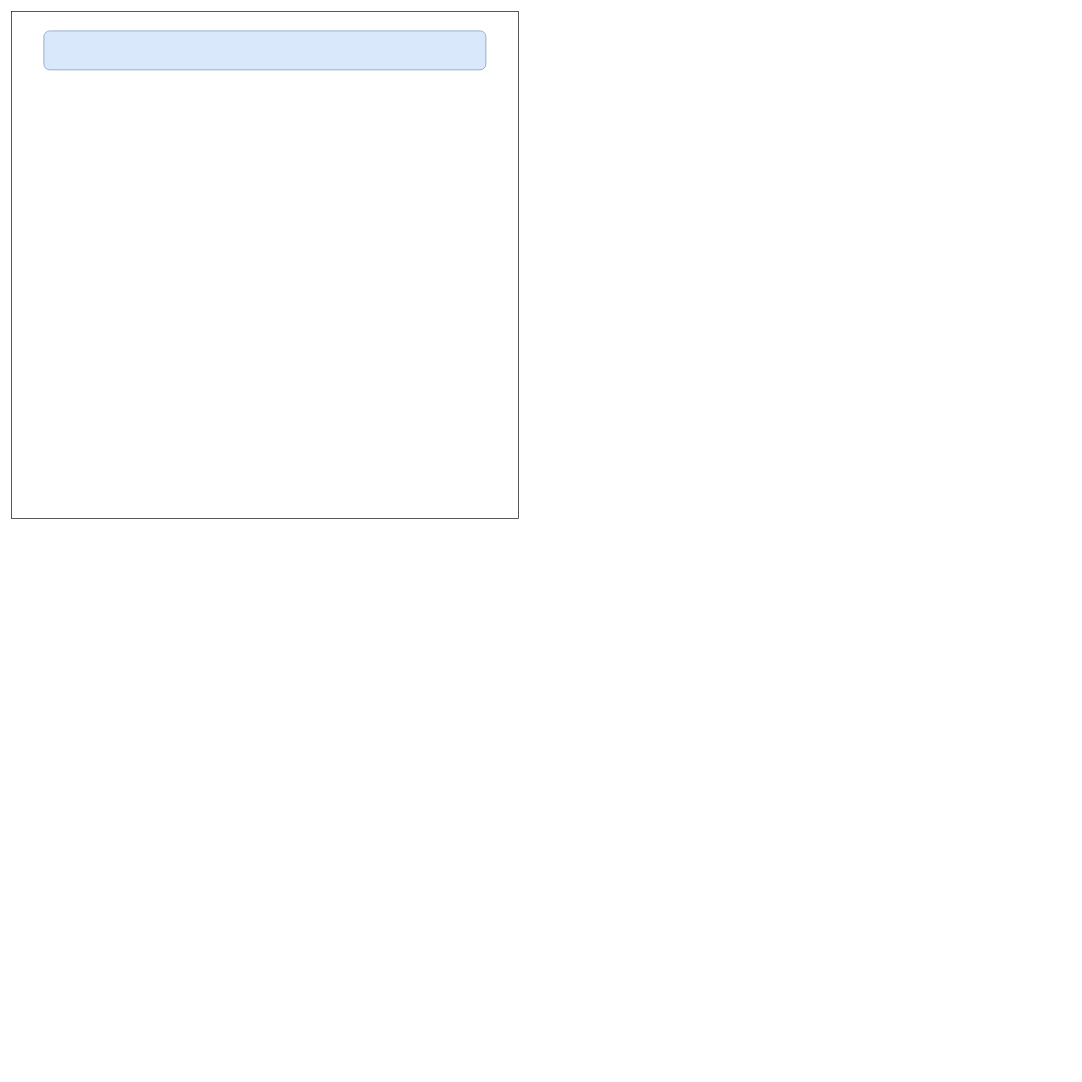
Earlier version of the draw.io diagram Wireframe.drawio (CatCode23/Project2). Source tidied: cells renumbered, new cells numbered last; positions are measured from the earlier drawing's top-left corner, leaving out a move shared by most shapes. Both pictures are drawn from the tidied source at 65%, with x=0, y=0 at pixel (11, 11).
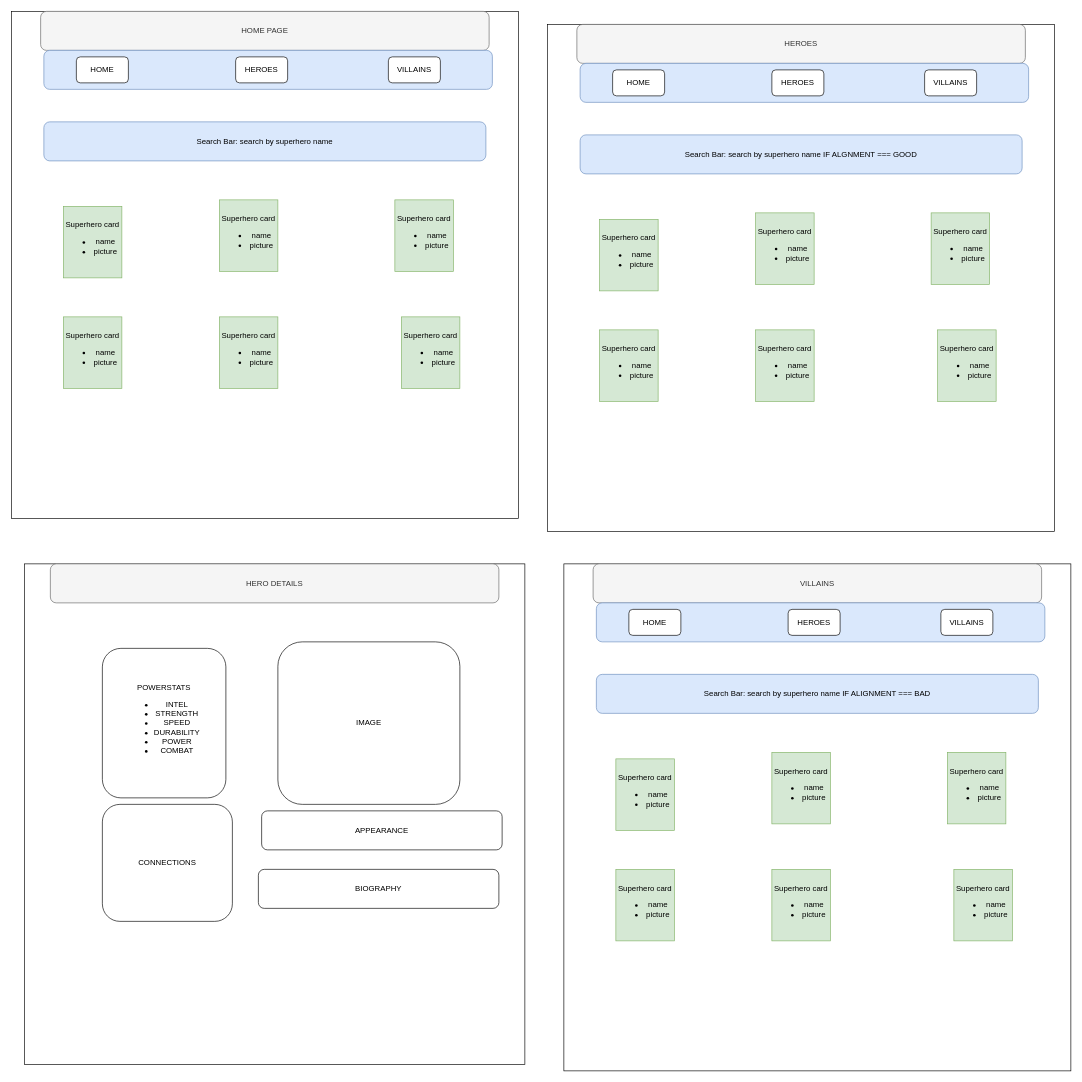
After the change.

The edit, as a diff of the source:
```diff
@@
-    <mxCell id="3" style="rounded=1;whiteSpace=wrap;html=1;fillColor=#dae8fc;strokeColor=#6c8ebf;" parent="1" vertex="1">
-      <mxGeometry x="50" y="30" width="680" height="60" as="geometry" />
+    <mxCell id="3" value="Search Bar: search by superhero name" style="rounded=1;whiteSpace=wrap;html=1;fillColor=#dae8fc;strokeColor=#6c8ebf;" parent="1" vertex="1">
+      <mxGeometry x="50" y="170" width="680" height="60" as="geometry" />
     </mxCell>
+    <mxCell id="4" value="Superhero card&lt;div&gt;&lt;ul&gt;&lt;li&gt;name&lt;/li&gt;&lt;li&gt;picture&lt;/li&gt;&lt;/ul&gt;&lt;/div&gt;" style="rounded=0;whiteSpace=wrap;html=1;fillColor=#d5e8d4;strokeColor=#82b366;" parent="1" vertex="1">
+      <mxGeometry x="80" y="300" width="90" height="110" as="geometry" />
+    </mxCell>
+    <mxCell id="5" value="Superhero card&lt;div&gt;&lt;ul&gt;&lt;li&gt;name&lt;/li&gt;&lt;li&gt;picture&lt;/li&gt;&lt;/ul&gt;&lt;/div&gt;" style="rounded=0;whiteSpace=wrap;html=1;fillColor=#d5e8d4;strokeColor=#82b366;" parent="1" vertex="1">
+      <mxGeometry x="80" y="470" width="90" height="110" as="geometry" />
+    </mxCell>
+    <mxCell id="6" value="Superhero card&lt;div&gt;&lt;ul&gt;&lt;li&gt;name&lt;/li&gt;&lt;li&gt;picture&lt;/li&gt;&lt;/ul&gt;&lt;/div&gt;" style="rounded=0;whiteSpace=wrap;html=1;fillColor=#d5e8d4;strokeColor=#82b366;" parent="1" vertex="1">
+      <mxGeometry x="320" y="470" width="90" height="110" as="geometry" />
+    </mxCell>
+    <mxCell id="7" value="Superhero card&lt;div&gt;&lt;ul&gt;&lt;li&gt;name&lt;/li&gt;&lt;li&gt;picture&lt;/li&gt;&lt;/ul&gt;&lt;/div&gt;" style="rounded=0;whiteSpace=wrap;html=1;fillColor=#d5e8d4;strokeColor=#82b366;" parent="1" vertex="1">
+      <mxGeometry x="600" y="470" width="90" height="110" as="geometry" />
+    </mxCell>
+    <mxCell id="8" value="Superhero card&lt;div&gt;&lt;ul&gt;&lt;li&gt;name&lt;/li&gt;&lt;li&gt;picture&lt;/li&gt;&lt;/ul&gt;&lt;/div&gt;" style="rounded=0;whiteSpace=wrap;html=1;fillColor=#d5e8d4;strokeColor=#82b366;" parent="1" vertex="1">
+      <mxGeometry x="590" y="290" width="90" height="110" as="geometry" />
+    </mxCell>
+    <mxCell id="9" value="Superhero card&lt;div&gt;&lt;ul&gt;&lt;li&gt;name&lt;/li&gt;&lt;li&gt;picture&lt;/li&gt;&lt;/ul&gt;&lt;/div&gt;" style="rounded=0;whiteSpace=wrap;html=1;fillColor=#d5e8d4;strokeColor=#82b366;" parent="1" vertex="1">
+      <mxGeometry x="320" y="290" width="90" height="110" as="geometry" />
+    </mxCell>
+    <mxCell id="10" value="HOME PAGE" style="rounded=1;whiteSpace=wrap;html=1;fillColor=#f5f5f5;fontColor=#333333;strokeColor=#666666;" parent="1" vertex="1">
+      <mxGeometry x="45" width="690" height="60" as="geometry" />
+    </mxCell>
+    <mxCell id="11" style="rounded=1;whiteSpace=wrap;html=1;fillColor=#dae8fc;strokeColor=#6c8ebf;" parent="1" vertex="1">
+      <mxGeometry x="50" y="60" width="690" height="60" as="geometry" />
+    </mxCell>
+    <mxCell id="12" value="HOME" style="rounded=1;whiteSpace=wrap;html=1;" parent="1" vertex="1">
+      <mxGeometry x="100" y="70" width="80" height="40" as="geometry" />
+    </mxCell>
+    <mxCell id="13" value="VILLAINS" style="rounded=1;whiteSpace=wrap;html=1;" parent="1" vertex="1">
+      <mxGeometry x="580" y="70" width="80" height="40" as="geometry" />
+    </mxCell>
+    <mxCell id="14" value="HEROES" style="rounded=1;whiteSpace=wrap;html=1;" parent="1" vertex="1">
+      <mxGeometry x="345" y="70" width="80" height="40" as="geometry" />
+    </mxCell>
+    <mxCell id="15" style="whiteSpace=wrap;html=1;" parent="1" vertex="1">
+      <mxGeometry x="20" y="850" width="770" height="770" as="geometry" />
+    </mxCell>
+    <mxCell id="16" value="HERO DETAILS" style="rounded=1;whiteSpace=wrap;html=1;fillColor=#f5f5f5;fontColor=#333333;strokeColor=#666666;" parent="1" vertex="1">
+      <mxGeometry x="60" y="850" width="690" height="60" as="geometry" />
+    </mxCell>
+    <mxCell id="17" value="IMAGE" style="rounded=1;whiteSpace=wrap;html=1;" parent="1" vertex="1">
+      <mxGeometry x="410" y="970" width="280" height="250" as="geometry" />
+    </mxCell>
+    <mxCell id="18" value="POWERSTATS&lt;div&gt;&lt;ul&gt;&lt;li&gt;INTEL&lt;/li&gt;&lt;li&gt;STRENGTH&lt;/li&gt;&lt;li&gt;SPEED&lt;/li&gt;&lt;li&gt;DURABILITY&lt;/li&gt;&lt;li&gt;POWER&lt;/li&gt;&lt;li&gt;COMBAT&lt;/li&gt;&lt;/ul&gt;&lt;/div&gt;" style="rounded=1;whiteSpace=wrap;html=1;" parent="1" vertex="1">
+      <mxGeometry x="140" y="980" width="190" height="230" as="geometry" />
+    </mxCell>
+    <mxCell id="19" value="APPEARANCE" style="rounded=1;whiteSpace=wrap;html=1;" parent="1" vertex="1">
+      <mxGeometry x="385" y="1230" width="370" height="60" as="geometry" />
+    </mxCell>
+    <mxCell id="20" value="BIOGRAPHY" style="rounded=1;whiteSpace=wrap;html=1;" parent="1" vertex="1">
+      <mxGeometry x="380" y="1320" width="370" height="60" as="geometry" />
+    </mxCell>
+    <mxCell id="21" value="CONNECTIONS" style="rounded=1;whiteSpace=wrap;html=1;" parent="1" vertex="1">
+      <mxGeometry x="140" y="1220" width="200" height="180" as="geometry" />
+    </mxCell>
+    <mxCell id="22" style="whiteSpace=wrap;html=1;" parent="1" vertex="1">
+      <mxGeometry x="850" y="850" width="780" height="780" as="geometry" />
+    </mxCell>
+    <mxCell id="23" value="Search Bar: search by superhero name IF ALIGNMENT === BAD" style="rounded=1;whiteSpace=wrap;html=1;fillColor=#dae8fc;strokeColor=#6c8ebf;" parent="1" vertex="1">
+      <mxGeometry x="900" y="1020" width="680" height="60" as="geometry" />
+    </mxCell>
+    <mxCell id="24" value="Superhero card&lt;div&gt;&lt;ul&gt;&lt;li&gt;name&lt;/li&gt;&lt;li&gt;picture&lt;/li&gt;&lt;/ul&gt;&lt;/div&gt;" style="rounded=0;whiteSpace=wrap;html=1;fillColor=#d5e8d4;strokeColor=#82b366;" parent="1" vertex="1">
+      <mxGeometry x="930" y="1150" width="90" height="110" as="geometry" />
+    </mxCell>
+    <mxCell id="25" value="Superhero card&lt;div&gt;&lt;ul&gt;&lt;li&gt;name&lt;/li&gt;&lt;li&gt;picture&lt;/li&gt;&lt;/ul&gt;&lt;/div&gt;" style="rounded=0;whiteSpace=wrap;html=1;fillColor=#d5e8d4;strokeColor=#82b366;" parent="1" vertex="1">
+      <mxGeometry x="930" y="1320" width="90" height="110" as="geometry" />
+    </mxCell>
+    <mxCell id="26" value="Superhero card&lt;div&gt;&lt;ul&gt;&lt;li&gt;name&lt;/li&gt;&lt;li&gt;picture&lt;/li&gt;&lt;/ul&gt;&lt;/div&gt;" style="rounded=0;whiteSpace=wrap;html=1;fillColor=#d5e8d4;strokeColor=#82b366;" parent="1" vertex="1">
+      <mxGeometry x="1170" y="1320" width="90" height="110" as="geometry" />
+    </mxCell>
+    <mxCell id="27" value="Superhero card&lt;div&gt;&lt;ul&gt;&lt;li&gt;name&lt;/li&gt;&lt;li&gt;picture&lt;/li&gt;&lt;/ul&gt;&lt;/div&gt;" style="rounded=0;whiteSpace=wrap;html=1;fillColor=#d5e8d4;strokeColor=#82b366;" parent="1" vertex="1">
+      <mxGeometry x="1450" y="1320" width="90" height="110" as="geometry" />
+    </mxCell>
+    <mxCell id="28" value="Superhero card&lt;div&gt;&lt;ul&gt;&lt;li&gt;name&lt;/li&gt;&lt;li&gt;picture&lt;/li&gt;&lt;/ul&gt;&lt;/div&gt;" style="rounded=0;whiteSpace=wrap;html=1;fillColor=#d5e8d4;strokeColor=#82b366;" parent="1" vertex="1">
+      <mxGeometry x="1440" y="1140" width="90" height="110" as="geometry" />
+    </mxCell>
+    <mxCell id="29" value="Superhero card&lt;div&gt;&lt;ul&gt;&lt;li&gt;name&lt;/li&gt;&lt;li&gt;picture&lt;/li&gt;&lt;/ul&gt;&lt;/div&gt;" style="rounded=0;whiteSpace=wrap;html=1;fillColor=#d5e8d4;strokeColor=#82b366;" parent="1" vertex="1">
+      <mxGeometry x="1170" y="1140" width="90" height="110" as="geometry" />
+    </mxCell>
+    <mxCell id="30" value="VILLAINS" style="rounded=1;whiteSpace=wrap;html=1;fillColor=#f5f5f5;fontColor=#333333;strokeColor=#666666;" parent="1" vertex="1">
+      <mxGeometry x="895" y="850" width="690" height="60" as="geometry" />
+    </mxCell>
+    <mxCell id="31" style="rounded=1;whiteSpace=wrap;html=1;fillColor=#dae8fc;strokeColor=#6c8ebf;" parent="1" vertex="1">
+      <mxGeometry x="900" y="910" width="690" height="60" as="geometry" />
+    </mxCell>
+    <mxCell id="32" value="HOME" style="rounded=1;whiteSpace=wrap;html=1;" parent="1" vertex="1">
+      <mxGeometry x="950" y="920" width="80" height="40" as="geometry" />
+    </mxCell>
+    <mxCell id="33" value="VILLAINS" style="rounded=1;whiteSpace=wrap;html=1;" parent="1" vertex="1">
+      <mxGeometry x="1430" y="920" width="80" height="40" as="geometry" />
+    </mxCell>
+    <mxCell id="34" value="HEROES" style="rounded=1;whiteSpace=wrap;html=1;" parent="1" vertex="1">
+      <mxGeometry x="1195" y="920" width="80" height="40" as="geometry" />
+    </mxCell>
+    <mxCell id="35" style="whiteSpace=wrap;html=1;" parent="1" vertex="1">
+      <mxGeometry x="825" y="20" width="780" height="780" as="geometry" />
+    </mxCell>
+    <mxCell id="36" value="Search Bar: search by superhero name IF ALGNMENT === GOOD" style="rounded=1;whiteSpace=wrap;html=1;fillColor=#dae8fc;strokeColor=#6c8ebf;" parent="1" vertex="1">
+      <mxGeometry x="875" y="190" width="680" height="60" as="geometry" />
+    </mxCell>
+    <mxCell id="37" value="Superhero card&lt;div&gt;&lt;ul&gt;&lt;li&gt;name&lt;/li&gt;&lt;li&gt;picture&lt;/li&gt;&lt;/ul&gt;&lt;/div&gt;" style="rounded=0;whiteSpace=wrap;html=1;fillColor=#d5e8d4;strokeColor=#82b366;" parent="1" vertex="1">
+      <mxGeometry x="905" y="320" width="90" height="110" as="geometry" />
+    </mxCell>
+    <mxCell id="38" value="Superhero card&lt;div&gt;&lt;ul&gt;&lt;li&gt;name&lt;/li&gt;&lt;li&gt;picture&lt;/li&gt;&lt;/ul&gt;&lt;/div&gt;" style="rounded=0;whiteSpace=wrap;html=1;fillColor=#d5e8d4;strokeColor=#82b366;" parent="1" vertex="1">
+      <mxGeometry x="905" y="490" width="90" height="110" as="geometry" />
+    </mxCell>
+    <mxCell id="39" value="Superhero card&lt;div&gt;&lt;ul&gt;&lt;li&gt;name&lt;/li&gt;&lt;li&gt;picture&lt;/li&gt;&lt;/ul&gt;&lt;/div&gt;" style="rounded=0;whiteSpace=wrap;html=1;fillColor=#d5e8d4;strokeColor=#82b366;" parent="1" vertex="1">
+      <mxGeometry x="1145" y="490" width="90" height="110" as="geometry" />
+    </mxCell>
+    <mxCell id="40" value="Superhero card&lt;div&gt;&lt;ul&gt;&lt;li&gt;name&lt;/li&gt;&lt;li&gt;picture&lt;/li&gt;&lt;/ul&gt;&lt;/div&gt;" style="rounded=0;whiteSpace=wrap;html=1;fillColor=#d5e8d4;strokeColor=#82b366;" parent="1" vertex="1">
+      <mxGeometry x="1425" y="490" width="90" height="110" as="geometry" />
+    </mxCell>
+    <mxCell id="41" value="Superhero card&lt;div&gt;&lt;ul&gt;&lt;li&gt;name&lt;/li&gt;&lt;li&gt;picture&lt;/li&gt;&lt;/ul&gt;&lt;/div&gt;" style="rounded=0;whiteSpace=wrap;html=1;fillColor=#d5e8d4;strokeColor=#82b366;" parent="1" vertex="1">
+      <mxGeometry x="1415" y="310" width="90" height="110" as="geometry" />
+    </mxCell>
+    <mxCell id="42" value="Superhero card&lt;div&gt;&lt;ul&gt;&lt;li&gt;name&lt;/li&gt;&lt;li&gt;picture&lt;/li&gt;&lt;/ul&gt;&lt;/div&gt;" style="rounded=0;whiteSpace=wrap;html=1;fillColor=#d5e8d4;strokeColor=#82b366;" parent="1" vertex="1">
+      <mxGeometry x="1145" y="310" width="90" height="110" as="geometry" />
+    </mxCell>
+    <mxCell id="43" value="HEROES" style="rounded=1;whiteSpace=wrap;html=1;fillColor=#f5f5f5;fontColor=#333333;strokeColor=#666666;" parent="1" vertex="1">
+      <mxGeometry x="870" y="20" width="690" height="60" as="geometry" />
+    </mxCell>
+    <mxCell id="44" style="rounded=1;whiteSpace=wrap;html=1;fillColor=#dae8fc;strokeColor=#6c8ebf;" parent="1" vertex="1">
+      <mxGeometry x="875" y="80" width="690" height="60" as="geometry" />
+    </mxCell>
+    <mxCell id="45" value="HOME" style="rounded=1;whiteSpace=wrap;html=1;" parent="1" vertex="1">
+      <mxGeometry x="925" y="90" width="80" height="40" as="geometry" />
+    </mxCell>
+    <mxCell id="46" value="VILLAINS" style="rounded=1;whiteSpace=wrap;html=1;" parent="1" vertex="1">
+      <mxGeometry x="1405" y="90" width="80" height="40" as="geometry" />
+    </mxCell>
+    <mxCell id="47" value="HEROES" style="rounded=1;whiteSpace=wrap;html=1;" parent="1" vertex="1">
+      <mxGeometry x="1170" y="90" width="80" height="40" as="geometry" />
+    </mxCell>
```
